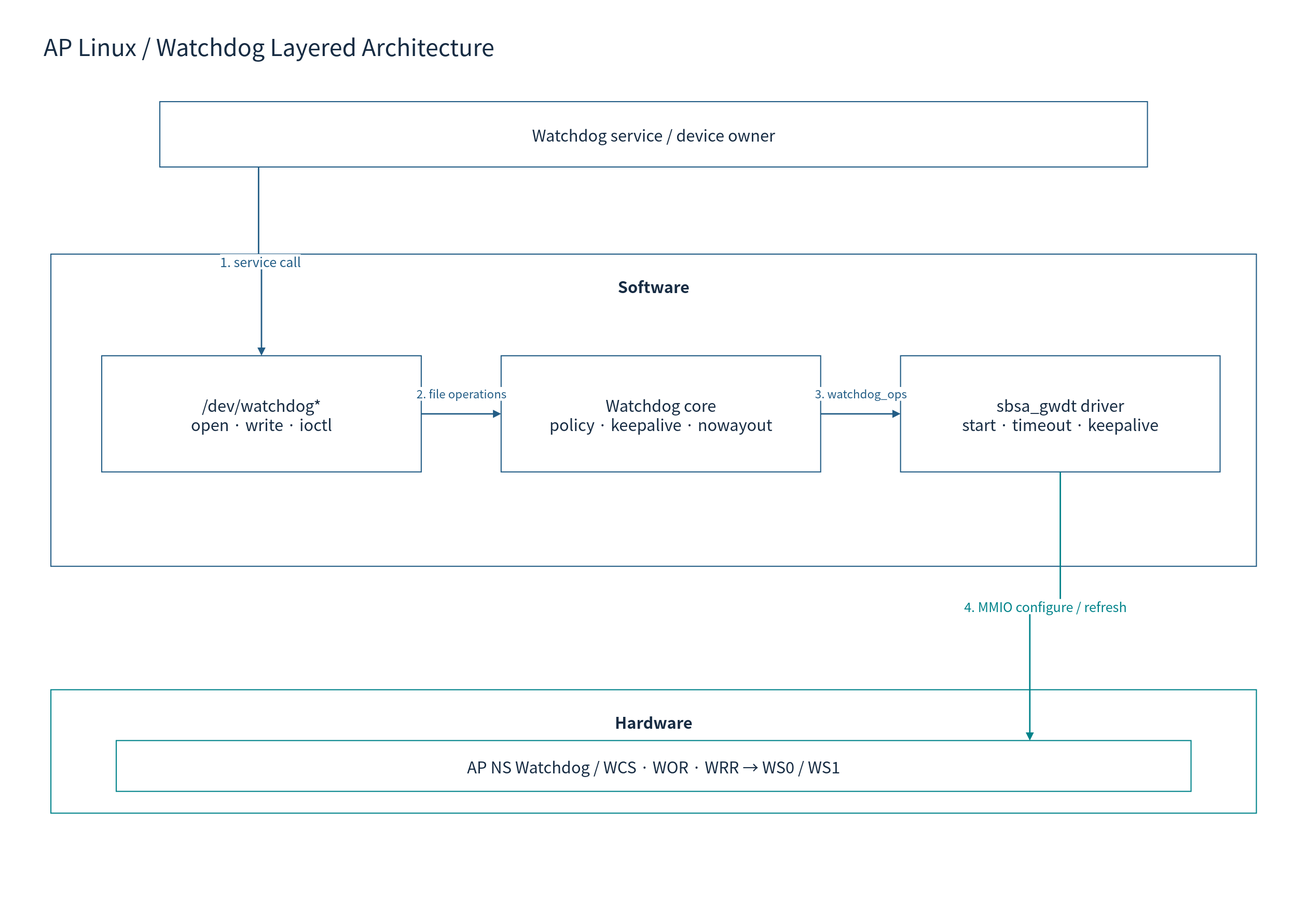
Earlier version of the draw.io export doc/phase1/watchdog/diagrams/08a-linux-software.drawio.svg (cometzero/project-apollo). Source tidied: cells renumbered, new cells last; positions are measured from the earlier drawing's top-left corner, leaving out a move shared by most shapes. Its diagram source:
```xml
<mxGraphModel background="#FFFFFF">
  <root>
    <mxCell id="0" />
    <mxCell id="1" parent="0" />
    <mxCell id="2" style="rounded=0;whiteSpace=wrap;html=1;fillColor=#FFFFFF;strokeColor=none;strokeWidth=1.5;fontColor=#172C43;fontFamily=Noto Sans CJK KR;fontSize=22;spacing=10;" parent="1" vertex="1">
      <mxGeometry width="1800" height="1240" as="geometry" />
    </mxCell>
    <mxCell id="3" value="AP Linux / Watchdog Layered Architecture" style="rounded=0;whiteSpace=wrap;html=1;fillColor=#FFFFFF;strokeColor=none;strokeWidth=1.5;fontColor=#172C43;fontFamily=Noto Sans CJK KR;fontSize=22;spacing=10;fontSize=32;align=left;" parent="1" vertex="1">
      <mxGeometry x="50" y="30" width="1700" height="65" as="geometry" />
    </mxCell>
    <mxCell id="4" value="Watchdog service / device owner" style="rounded=0;whiteSpace=wrap;html=1;fillColor=#FFFFFF;strokeColor=#235D86;strokeWidth=1.5;fontColor=#172C43;fontFamily=Noto Sans CJK KR;fontSize=22;spacing=10;" parent="1" vertex="1">
      <mxGeometry x="220" y="140" width="1360" height="90" as="geometry" />
    </mxCell>
    <mxCell id="5" value="Software" style="rounded=0;whiteSpace=wrap;html=1;fillColor=#FFFFFF;strokeColor=#235D86;strokeWidth=1.5;fontColor=#172C43;fontFamily=Noto Sans CJK KR;fontSize=22;spacing=10;verticalAlign=top;fontStyle=1;spacingTop=16;" parent="1" vertex="1">
      <mxGeometry x="70" y="350" width="1660" height="430" as="geometry" />
    </mxCell>
    <mxCell id="6" value="/dev/watchdog*&#10;open · write · ioctl" style="rounded=0;whiteSpace=wrap;html=1;fillColor=#FFFFFF;strokeColor=#235D86;strokeWidth=1.5;fontColor=#172C43;fontFamily=Noto Sans CJK KR;fontSize=22;spacing=10;" parent="1" vertex="1">
      <mxGeometry x="140" y="490" width="440" height="160" as="geometry" />
    </mxCell>
    <mxCell id="7" value="Watchdog core&#10;policy · keepalive · nowayout" style="rounded=0;whiteSpace=wrap;html=1;fillColor=#FFFFFF;strokeColor=#235D86;strokeWidth=1.5;fontColor=#172C43;fontFamily=Noto Sans CJK KR;fontSize=22;spacing=10;" parent="1" vertex="1">
      <mxGeometry x="690" y="490" width="440" height="160" as="geometry" />
    </mxCell>
    <mxCell id="8" value="sbsa_gwdt driver&#10;start · timeout · keepalive" style="rounded=0;whiteSpace=wrap;html=1;fillColor=#FFFFFF;strokeColor=#235D86;strokeWidth=1.5;fontColor=#172C43;fontFamily=Noto Sans CJK KR;fontSize=22;spacing=10;" parent="1" vertex="1">
      <mxGeometry x="1240" y="490" width="440" height="160" as="geometry" />
    </mxCell>
    <mxCell id="9" value="1. service call" style="edgeStyle=orthogonalEdgeStyle;rounded=0;html=1;endArrow=block;endFill=1;strokeWidth=2;strokeColor=#235D86;fontColor=#235D86;fontFamily=Noto Sans CJK KR;fontSize=18;labelBackgroundColor=#FFFFFF;exitX=0.1;exitY=1;entryX=0.5;entryY=0;" parent="1" edge="1" source="4" target="6">
      <mxGeometry relative="1" as="geometry" />
    </mxCell>
    <mxCell id="10" value="2. file operations" style="edgeStyle=orthogonalEdgeStyle;rounded=0;html=1;endArrow=block;endFill=1;strokeWidth=2;strokeColor=#235D86;fontColor=#235D86;fontFamily=Noto Sans CJK KR;fontSize=16;labelBackgroundColor=#FFFFFF;" parent="1" edge="1" source="6" target="7">
      <mxGeometry relative="1" as="geometry">
        <mxPoint y="-28" as="offset" />
      </mxGeometry>
    </mxCell>
    <mxCell id="11" value="3. watchdog_ops" style="edgeStyle=orthogonalEdgeStyle;rounded=0;html=1;endArrow=block;endFill=1;strokeWidth=2;strokeColor=#235D86;fontColor=#235D86;fontFamily=Noto Sans CJK KR;fontSize=16;labelBackgroundColor=#FFFFFF;" parent="1" edge="1" source="7" target="8">
      <mxGeometry relative="1" as="geometry">
        <mxPoint y="-28" as="offset" />
      </mxGeometry>
    </mxCell>
    <mxCell id="12" value="Hardware" style="rounded=0;whiteSpace=wrap;html=1;fillColor=#FFFFFF;strokeColor=#00838A;strokeWidth=1.5;fontColor=#172C43;fontFamily=Noto Sans CJK KR;fontSize=22;spacing=10;verticalAlign=top;fontStyle=1;spacingTop=16;" parent="1" vertex="1">
      <mxGeometry x="70" y="950" width="1660" height="170" as="geometry" />
    </mxCell>
    <mxCell id="13" value="AP NS Watchdog / WCS · WOR · WRR → WS0 / WS1" style="rounded=0;whiteSpace=wrap;html=1;fillColor=#FFFFFF;strokeColor=#00838A;strokeWidth=1.5;fontColor=#172C43;fontFamily=Noto Sans CJK KR;fontSize=22;spacing=10;" parent="1" vertex="1">
      <mxGeometry x="160" y="1020" width="1480" height="70" as="geometry" />
    </mxCell>
    <mxCell id="14" value="4. MMIO configure / refresh" style="edgeStyle=orthogonalEdgeStyle;rounded=0;html=1;endArrow=block;endFill=1;strokeWidth=2;strokeColor=#00838A;fontColor=#00838A;fontFamily=Noto Sans CJK KR;fontSize=18;labelBackgroundColor=#FFFFFF;exitX=0.5;exitY=1;entryX=0.85;entryY=0;" parent="1" edge="1" source="8" target="13">
      <mxGeometry relative="1" as="geometry" />
    </mxCell>
  </root>
</mxGraphModel>
```
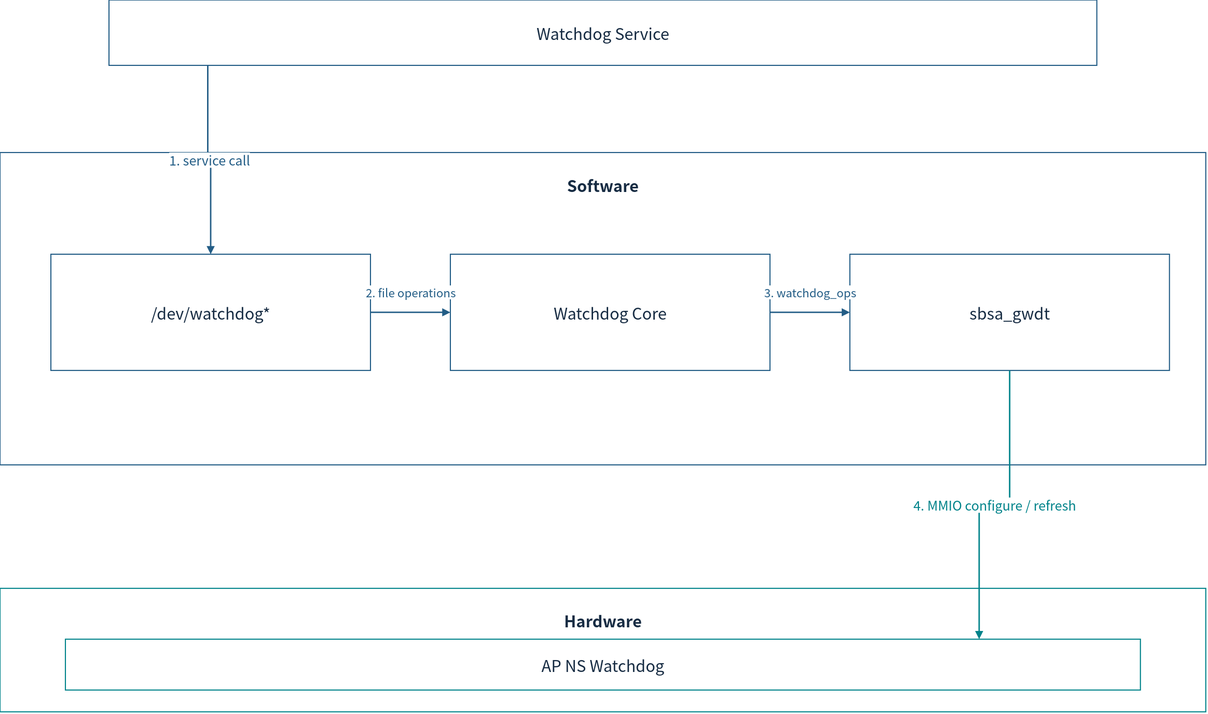
Later version of the same file.

The edit, as a diff of the source:
```diff
@@ -2,25 +2,19 @@
   <root>
     <mxCell id="0" />
     <mxCell id="1" parent="0" />
-    <mxCell id="2" style="rounded=0;whiteSpace=wrap;html=1;fillColor=#FFFFFF;strokeColor=none;strokeWidth=1.5;fontColor=#172C43;fontFamily=Noto Sans CJK KR;fontSize=22;spacing=10;" parent="1" vertex="1">
-      <mxGeometry width="1800" height="1240" as="geometry" />
-    </mxCell>
-    <mxCell id="3" value="AP Linux / Watchdog Layered Architecture" style="rounded=0;whiteSpace=wrap;html=1;fillColor=#FFFFFF;strokeColor=none;strokeWidth=1.5;fontColor=#172C43;fontFamily=Noto Sans CJK KR;fontSize=22;spacing=10;fontSize=32;align=left;" parent="1" vertex="1">
-      <mxGeometry x="50" y="30" width="1700" height="65" as="geometry" />
-    </mxCell>
-    <mxCell id="4" value="Watchdog service / device owner" style="rounded=0;whiteSpace=wrap;html=1;fillColor=#FFFFFF;strokeColor=#235D86;strokeWidth=1.5;fontColor=#172C43;fontFamily=Noto Sans CJK KR;fontSize=22;spacing=10;" parent="1" vertex="1">
+    <mxCell id="4" value="Watchdog Service" style="rounded=0;whiteSpace=wrap;html=1;fillColor=#FFFFFF;strokeColor=#235D86;strokeWidth=1.5;fontColor=#172C43;fontFamily=Noto Sans CJK KR;fontSize=22;spacing=10;" parent="1" vertex="1">
       <mxGeometry x="220" y="140" width="1360" height="90" as="geometry" />
     </mxCell>
     <mxCell id="5" value="Software" style="rounded=0;whiteSpace=wrap;html=1;fillColor=#FFFFFF;strokeColor=#235D86;strokeWidth=1.5;fontColor=#172C43;fontFamily=Noto Sans CJK KR;fontSize=22;spacing=10;verticalAlign=top;fontStyle=1;spacingTop=16;" parent="1" vertex="1">
       <mxGeometry x="70" y="350" width="1660" height="430" as="geometry" />
     </mxCell>
-    <mxCell id="6" value="/dev/watchdog*&#10;open · write · ioctl" style="rounded=0;whiteSpace=wrap;html=1;fillColor=#FFFFFF;strokeColor=#235D86;strokeWidth=1.5;fontColor=#172C43;fontFamily=Noto Sans CJK KR;fontSize=22;spacing=10;" parent="1" vertex="1">
+    <mxCell id="6" value="/dev/watchdog*" style="rounded=0;whiteSpace=wrap;html=1;fillColor=#FFFFFF;strokeColor=#235D86;strokeWidth=1.5;fontColor=#172C43;fontFamily=Noto Sans CJK KR;fontSize=22;spacing=10;" parent="1" vertex="1">
       <mxGeometry x="140" y="490" width="440" height="160" as="geometry" />
     </mxCell>
-    <mxCell id="7" value="Watchdog core&#10;policy · keepalive · nowayout" style="rounded=0;whiteSpace=wrap;html=1;fillColor=#FFFFFF;strokeColor=#235D86;strokeWidth=1.5;fontColor=#172C43;fontFamily=Noto Sans CJK KR;fontSize=22;spacing=10;" parent="1" vertex="1">
+    <mxCell id="7" value="Watchdog Core" style="rounded=0;whiteSpace=wrap;html=1;fillColor=#FFFFFF;strokeColor=#235D86;strokeWidth=1.5;fontColor=#172C43;fontFamily=Noto Sans CJK KR;fontSize=22;spacing=10;" parent="1" vertex="1">
       <mxGeometry x="690" y="490" width="440" height="160" as="geometry" />
     </mxCell>
-    <mxCell id="8" value="sbsa_gwdt driver&#10;start · timeout · keepalive" style="rounded=0;whiteSpace=wrap;html=1;fillColor=#FFFFFF;strokeColor=#235D86;strokeWidth=1.5;fontColor=#172C43;fontFamily=Noto Sans CJK KR;fontSize=22;spacing=10;" parent="1" vertex="1">
+    <mxCell id="8" value="sbsa_gwdt" style="rounded=0;whiteSpace=wrap;html=1;fillColor=#FFFFFF;strokeColor=#235D86;strokeWidth=1.5;fontColor=#172C43;fontFamily=Noto Sans CJK KR;fontSize=22;spacing=10;" parent="1" vertex="1">
       <mxGeometry x="1240" y="490" width="440" height="160" as="geometry" />
     </mxCell>
     <mxCell id="9" value="1. service call" style="edgeStyle=orthogonalEdgeStyle;rounded=0;html=1;endArrow=block;endFill=1;strokeWidth=2;strokeColor=#235D86;fontColor=#235D86;fontFamily=Noto Sans CJK KR;fontSize=18;labelBackgroundColor=#FFFFFF;exitX=0.1;exitY=1;entryX=0.5;entryY=0;" parent="1" edge="1" source="4" target="6">
@@ -39,7 +33,7 @@
     <mxCell id="12" value="Hardware" style="rounded=0;whiteSpace=wrap;html=1;fillColor=#FFFFFF;strokeColor=#00838A;strokeWidth=1.5;fontColor=#172C43;fontFamily=Noto Sans CJK KR;fontSize=22;spacing=10;verticalAlign=top;fontStyle=1;spacingTop=16;" parent="1" vertex="1">
       <mxGeometry x="70" y="950" width="1660" height="170" as="geometry" />
     </mxCell>
-    <mxCell id="13" value="AP NS Watchdog / WCS · WOR · WRR → WS0 / WS1" style="rounded=0;whiteSpace=wrap;html=1;fillColor=#FFFFFF;strokeColor=#00838A;strokeWidth=1.5;fontColor=#172C43;fontFamily=Noto Sans CJK KR;fontSize=22;spacing=10;" parent="1" vertex="1">
+    <mxCell id="13" value="AP NS Watchdog" style="rounded=0;whiteSpace=wrap;html=1;fillColor=#FFFFFF;strokeColor=#00838A;strokeWidth=1.5;fontColor=#172C43;fontFamily=Noto Sans CJK KR;fontSize=22;spacing=10;" parent="1" vertex="1">
       <mxGeometry x="160" y="1020" width="1480" height="70" as="geometry" />
     </mxCell>
     <mxCell id="14" value="4. MMIO configure / refresh" style="edgeStyle=orthogonalEdgeStyle;rounded=0;html=1;endArrow=block;endFill=1;strokeWidth=2;strokeColor=#00838A;fontColor=#00838A;fontFamily=Noto Sans CJK KR;fontSize=18;labelBackgroundColor=#FFFFFF;exitX=0.5;exitY=1;entryX=0.85;entryY=0;" parent="1" edge="1" source="8" target="13">
```
